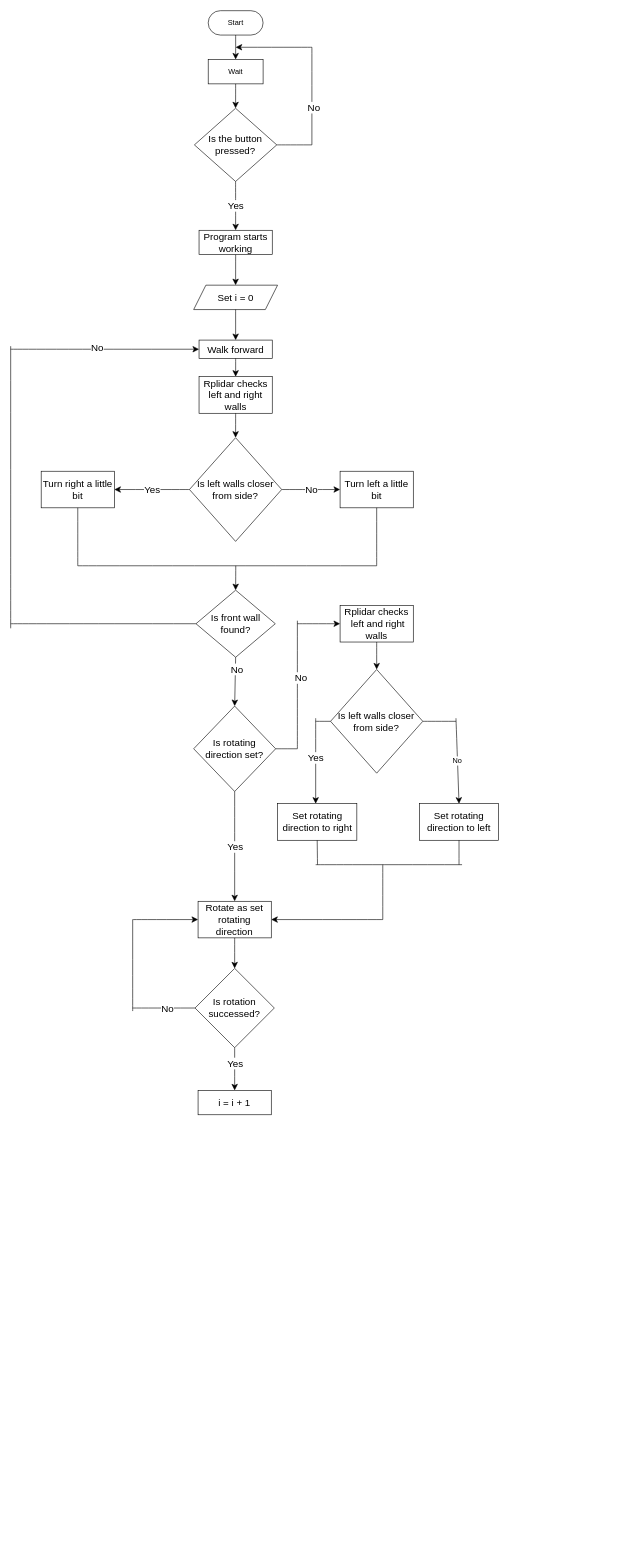
Earlier version of the draw.io diagram docs/ภาคผนวก/Flowchart 2.drawio (faasai123/autoBotCar). Source tidied: cells renumbered, new cells numbered last; positions are measured from the earlier drawing's top-left corner, leaving out a move shared by most shapes. Both pictures are drawn from the tidied source at 61%, with x=0, y=0 at pixel (10, 10).
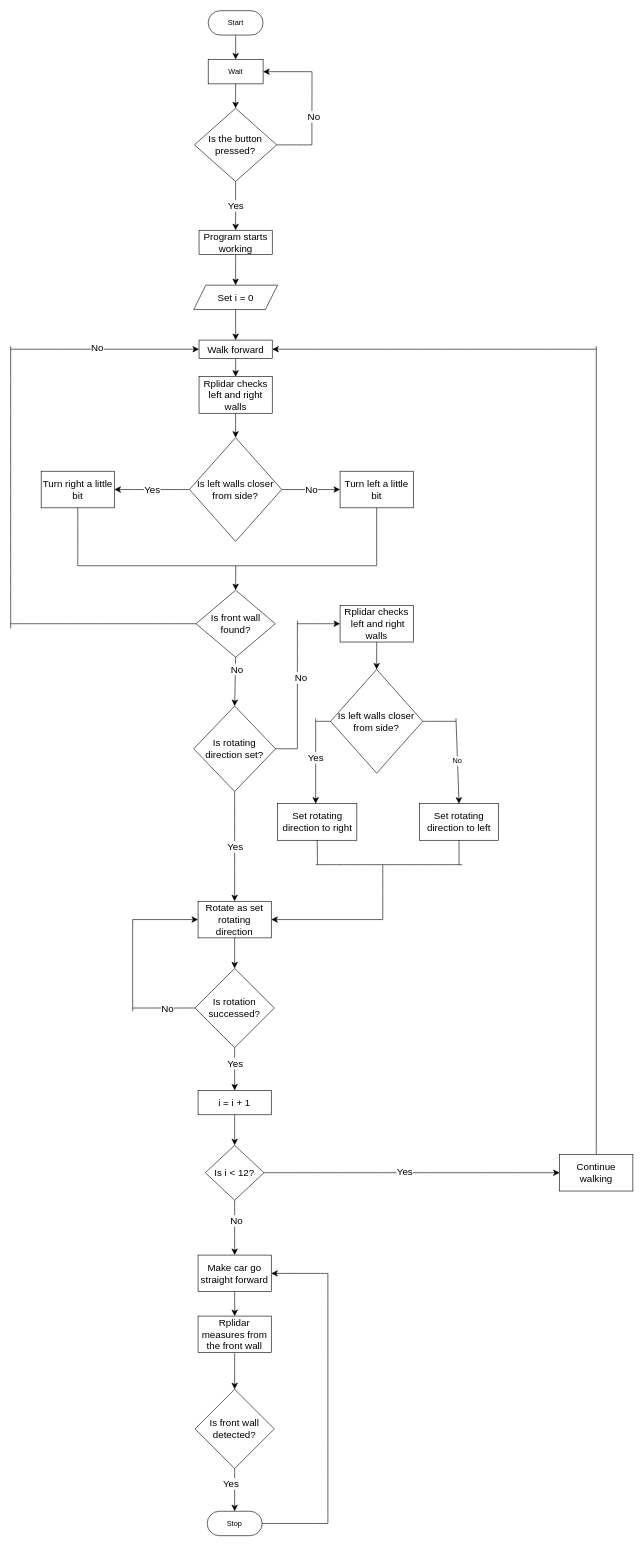
The same diagram, later.

The change refers to these unchanged cells:
```xml
<mxCell id="5" value="Wait" style="rounded=0;whiteSpace=wrap;html=1;" parent="1" vertex="1">
  <mxGeometry x="323.8" y="80" width="90" height="40" as="geometry" />
</mxCell>
<mxCell id="17" value="Walk forward" style="rounded=0;whiteSpace=wrap;html=1;fontSize=16;" parent="1" vertex="1">
  <mxGeometry x="308.8" y="540" width="120" height="30" as="geometry" />
</mxCell>
<mxCell id="41" value="Rotate as set rotating direction" style="rounded=0;whiteSpace=wrap;html=1;fontSize=16;" parent="1" vertex="1">
  <mxGeometry x="307.2" y="1460" width="120" height="60" as="geometry" />
</mxCell>
<mxCell id="68" value="i = i + 1" style="rounded=0;whiteSpace=wrap;html=1;fontSize=16;" parent="1" vertex="1">
  <mxGeometry x="307.2" y="1770" width="120" height="40" as="geometry" />
</mxCell>
```

Change to the diagram source:
```diff
@@
-    <mxCell id="12" style="endArrow=classic;html=1;rounded=0;fontSize=12;startSize=8;endSize=8;curved=1;entryX=0.5;entryY=0;entryDx=0;entryDy=0;" parent="1" edge="1">
+    <mxCell id="12" style="endArrow=classic;html=1;rounded=0;fontSize=12;startSize=8;endSize=8;curved=1;entryX=1;entryY=0.5;entryDx=0;entryDy=0;" parent="1" edge="1" target="5">
       <mxGeometry relative="1" as="geometry">
-        <mxPoint x="493.8" y="60" as="sourcePoint" />
-        <mxPoint x="368.8" y="60" as="targetPoint" />
+        <mxPoint x="494" y="100" as="sourcePoint" />
       </mxGeometry>
     </mxCell>
     <mxCell id="13" style="endArrow=none;html=1;rounded=0;fontSize=12;startSize=8;endSize=8;curved=1;" parent="1" edge="1">
       <mxGeometry relative="1" as="geometry">
-        <mxPoint x="493.8" y="60" as="sourcePoint" />
+        <mxPoint x="494" y="100" as="sourcePoint" />
         <mxPoint x="493.8" y="220" as="targetPoint" />
       </mxGeometry>
     </mxCell>
@@
     <mxCell id="64" style="endArrow=classic;html=1;rounded=0;fontSize=12;startSize=8;endSize=8;curved=1;entryX=0;entryY=0.5;entryDx=0;entryDy=0;" parent="1" edge="1" target="41">
       <mxGeometry relative="1" as="geometry">
         <mxPoint x="200" y="1490" as="sourcePoint" />
+        <Array as="points">
+          <mxPoint x="260" y="1490" />
+        </Array>
       </mxGeometry>
     </mxCell>
@@
+    <mxCell id="71" value="Is i &amp;lt; 12?" style="rhombus;whiteSpace=wrap;html=1;fontSize=16;" parent="1" vertex="1">
+      <mxGeometry x="319.1" y="1860" width="96.2" height="90" as="geometry" />
+    </mxCell>
+    <mxCell id="72" style="endArrow=classic;html=1;rounded=0;fontSize=12;startSize=8;endSize=8;curved=1;entryX=0.5;entryY=0;entryDx=0;entryDy=0;exitX=0.5;exitY=1;exitDx=0;exitDy=0;" parent="1" edge="1" source="68" target="71">
+      <mxGeometry relative="1" as="geometry" />
+    </mxCell>
+    <mxCell id="73" value="Continue walking" style="rounded=0;whiteSpace=wrap;html=1;fontSize=16;" parent="1" vertex="1">
+      <mxGeometry x="900" y="1875" width="120" height="60" as="geometry" />
+    </mxCell>
+    <mxCell id="74" style="endArrow=classic;html=1;rounded=0;fontSize=12;startSize=8;endSize=8;curved=1;exitX=1;exitY=0.5;exitDx=0;exitDy=0;entryX=0;entryY=0.5;entryDx=0;entryDy=0;" parent="1" edge="1" source="71" target="73">
+      <mxGeometry relative="1" as="geometry" />
+    </mxCell>
+    <mxCell id="75" value="Yes" style="edgeLabel;html=1;align=center;verticalAlign=middle;fontSize=16;" parent="74" vertex="1">
+      <mxGeometry x="-0.05" y="3" relative="1" as="geometry" />
+    </mxCell>
+    <mxCell id="76" style="endArrow=none;html=1;rounded=0;fontSize=12;startSize=8;endSize=8;curved=1;exitX=0.5;exitY=0;exitDx=0;exitDy=0;" parent="1" edge="1" source="73">
+      <mxGeometry relative="1" as="geometry">
+        <mxPoint x="960" y="550" as="targetPoint" />
+      </mxGeometry>
+    </mxCell>
+    <mxCell id="77" style="endArrow=classic;html=1;rounded=0;fontSize=12;startSize=8;endSize=8;curved=1;entryX=1;entryY=0.5;entryDx=0;entryDy=0;" parent="1" edge="1" target="17">
+      <mxGeometry relative="1" as="geometry">
+        <mxPoint x="960" y="555" as="sourcePoint" />
+      </mxGeometry>
+    </mxCell>
+    <mxCell id="78" value="Make car go straight forward" style="rounded=0;whiteSpace=wrap;html=1;fontSize=16;" parent="1" vertex="1">
+      <mxGeometry x="307.2" y="2040" width="120" height="60" as="geometry" />
+    </mxCell>
+    <mxCell id="79" style="endArrow=classic;html=1;rounded=0;fontSize=12;startSize=8;endSize=8;curved=1;entryX=0.5;entryY=0;entryDx=0;entryDy=0;exitX=0.5;exitY=1;exitDx=0;exitDy=0;" parent="1" edge="1" source="71" target="78">
+      <mxGeometry relative="1" as="geometry" />
+    </mxCell>
+    <mxCell id="80" value="No" style="edgeLabel;html=1;align=center;verticalAlign=middle;fontSize=16;" parent="79" vertex="1">
+      <mxGeometry x="-0.27" y="2" relative="1" as="geometry" />
+    </mxCell>
+    <mxCell id="81" value="Is front wall detected?" style="rhombus;whiteSpace=wrap;html=1;fontSize=16;" parent="1" vertex="1">
+      <mxGeometry x="302.2" y="2260" width="130" height="130" as="geometry" />
+    </mxCell>
+    <mxCell id="82" style="endArrow=classic;html=1;rounded=0;fontSize=12;startSize=8;endSize=8;curved=1;entryX=0.5;entryY=0;entryDx=0;entryDy=0;exitX=0.5;exitY=1;exitDx=0;exitDy=0;" parent="1" edge="1" source="83" target="81">
+      <mxGeometry relative="1" as="geometry" />
+    </mxCell>
+    <mxCell id="83" value="Rplidar measures from the front wall" style="rounded=0;whiteSpace=wrap;html=1;fontSize=16;" parent="1" vertex="1">
+      <mxGeometry x="307.2" y="2140" width="120" height="60" as="geometry" />
+    </mxCell>
+    <mxCell id="84" style="endArrow=classic;html=1;rounded=0;fontSize=12;startSize=8;endSize=8;curved=1;exitX=0.5;exitY=1;exitDx=0;exitDy=0;entryX=0.5;entryY=0;entryDx=0;entryDy=0;" parent="1" edge="1" source="78" target="83">
+      <mxGeometry relative="1" as="geometry" />
+    </mxCell>
+    <mxCell id="85" value="Stop" style="rounded=1;whiteSpace=wrap;html=1;arcSize=50;" parent="1" vertex="1">
+      <mxGeometry x="322.2" y="2460" width="90" height="40" as="geometry" />
+    </mxCell>
+    <mxCell id="86" style="endArrow=classic;html=1;rounded=0;fontSize=12;startSize=8;endSize=8;curved=1;exitX=0.5;exitY=1;exitDx=0;exitDy=0;entryX=0.5;entryY=0;entryDx=0;entryDy=0;" parent="1" edge="1" source="81" target="85">
+      <mxGeometry relative="1" as="geometry" />
+    </mxCell>
+    <mxCell id="87" value="Yes" style="edgeLabel;html=1;align=center;verticalAlign=middle;fontSize=16;" parent="86" vertex="1">
+      <mxGeometry x="-0.31" y="-7" relative="1" as="geometry" />
+    </mxCell>
+    <mxCell id="88" style="endArrow=classic;html=1;rounded=0;fontSize=12;startSize=8;endSize=8;curved=1;entryX=1;entryY=0.5;entryDx=0;entryDy=0;" parent="1" edge="1" target="78">
+      <mxGeometry relative="1" as="geometry">
+        <mxPoint x="520" y="2070" as="sourcePoint" />
+      </mxGeometry>
+    </mxCell>
+    <mxCell id="89" style="endArrow=none;html=1;rounded=0;fontSize=12;startSize=8;endSize=8;curved=1;exitX=1;exitY=0.5;exitDx=0;exitDy=0;" parent="1" edge="1" source="85">
+      <mxGeometry relative="1" as="geometry">
+        <mxPoint x="520" y="2480" as="targetPoint" />
+      </mxGeometry>
+    </mxCell>
+    <mxCell id="90" style="endArrow=none;html=1;rounded=0;fontSize=12;startSize=8;endSize=8;curved=1;" parent="1" edge="1">
+      <mxGeometry relative="1" as="geometry">
+        <mxPoint x="520" y="2480" as="sourcePoint" />
+        <mxPoint x="520" y="2070" as="targetPoint" />
+      </mxGeometry>
+    </mxCell>
```
